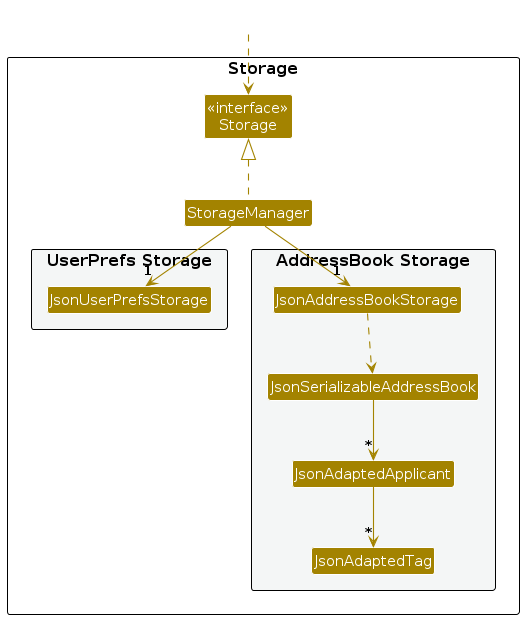
Before: diagrams/StorageClassDiagram.png, a diagram exported from PlantUML (AY2627S1-CS2103T-W12-4/tp). Its source is kept beside it as diagrams/StorageClassDiagram.puml.
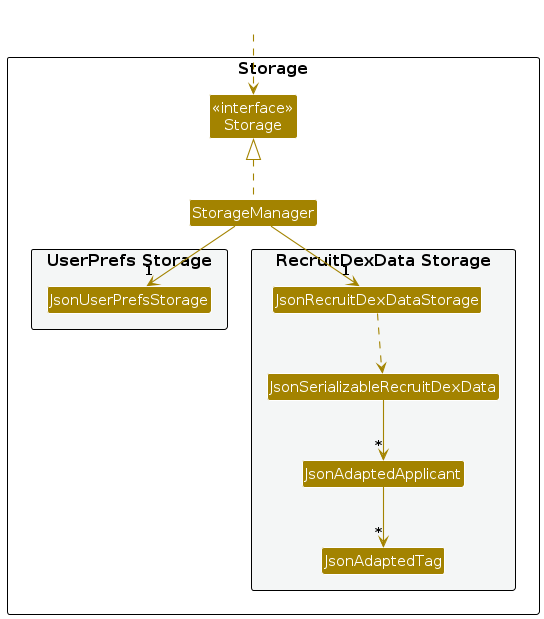
After the change.

What changed in the source:
```diff
@@ -13,9 +13,9 @@
 Class JsonUserPrefsStorage
 }
 
-package "AddressBook Storage" #F4F6F6{
-Class JsonAddressBookStorage
-Class JsonSerializableAddressBook
+package "RecruitDexData Storage" #F4F6F6{
+Class JsonRecruitDexDataStorage
+Class JsonSerializableRecruitDexData
 Class JsonAdaptedApplicant
 Class JsonAdaptedTag
 }
@@ -27,10 +27,10 @@
 
 StorageManager .up.|> Storage
 StorageManager -down-> "1" JsonUserPrefsStorage
-StorageManager -down-> "1" JsonAddressBookStorage
+StorageManager -down-> "1" JsonRecruitDexDataStorage
 
-JsonAddressBookStorage ..> JsonSerializableAddressBook
-JsonSerializableAddressBook --> "*" JsonAdaptedApplicant
+JsonRecruitDexDataStorage ..> JsonSerializableRecruitDexData
+JsonSerializableRecruitDexData --> "*" JsonAdaptedApplicant
 JsonAdaptedApplicant --> "*" JsonAdaptedTag
 
 @enduml
```
